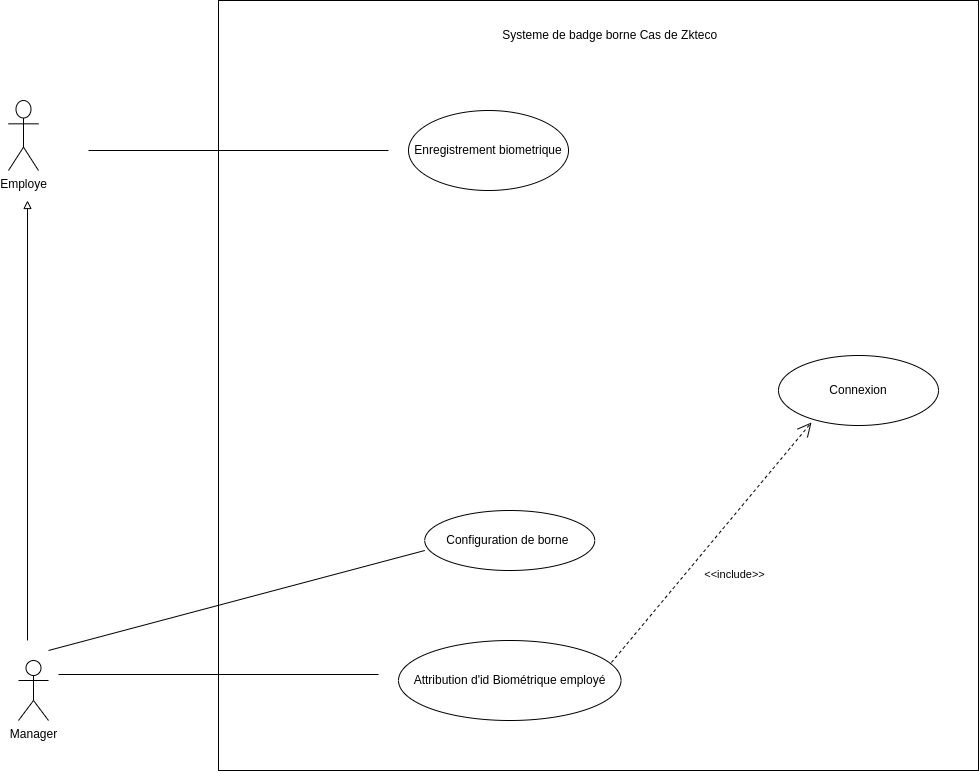
Before: static/UsecaseZkteco.drawio.png, a diagram exported from draw.io (Siluearsene/borne_biometrique). Source tidied: cells renumbered, new cells last; positions are measured from the earlier drawing's top-left corner, leaving out a move shared by most shapes.
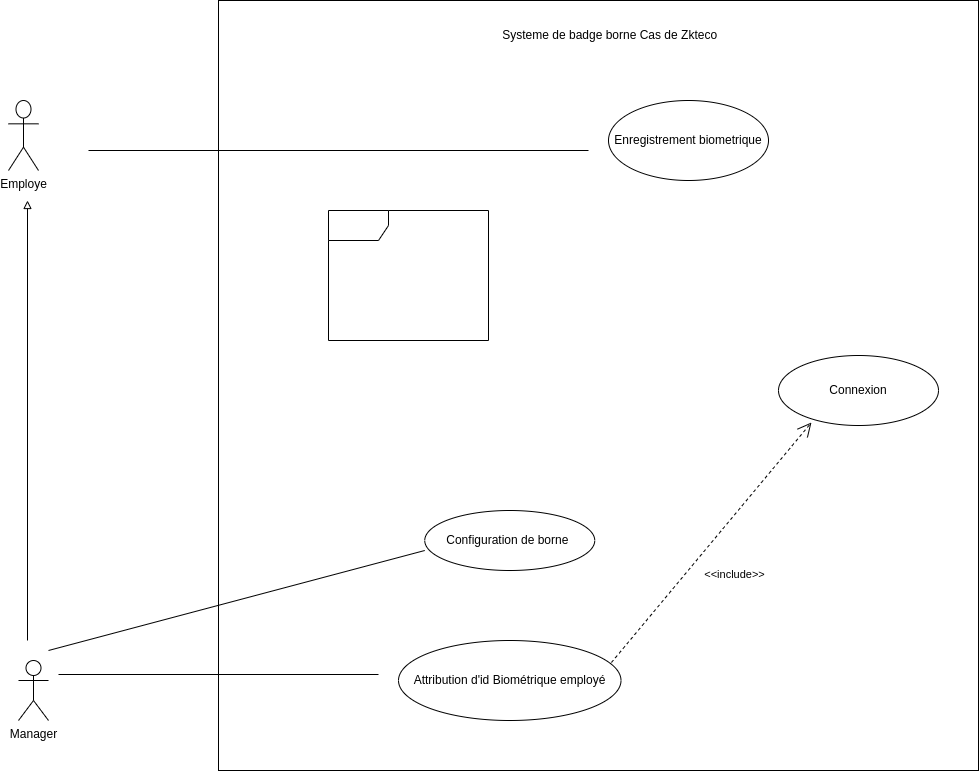
The same file after the commit.

Commit message:
Mettre à jour UsecaseZkteco.drawio.png

The edit, as a diff of the source:
```diff
@@ -27,7 +27,7 @@
       <mxGeometry x="390" y="640" width="222.5" height="80" as="geometry" />
     </mxCell>
     <mxCell id="9" value="Enregistrement biometrique" style="ellipse;whiteSpace=wrap;html=1;" parent="1" vertex="1">
-      <mxGeometry x="400" y="110" width="160" height="80" as="geometry" />
+      <mxGeometry x="600" y="100" width="160" height="80" as="geometry" />
     </mxCell>
     <mxCell id="10" value="Connexion" style="ellipse;whiteSpace=wrap;html=1;" parent="1" vertex="1">
       <mxGeometry x="770" y="355" width="160" height="70" as="geometry" />
@@ -50,7 +50,10 @@
       </mxGeometry>
     </mxCell>
     <mxCell id="15" style="line;strokeWidth=1;fillColor=none;align=left;verticalAlign=middle;spacingTop=-1;spacingLeft=3;spacingRight=3;labelPosition=right;strokeColor=inherit;" parent="1" vertex="1">
-      <mxGeometry x="80" y="146" width="300" height="8" as="geometry" />
+      <mxGeometry x="80" y="146" width="500" height="8" as="geometry" />
     </mxCell>
+    <mxCell id="16" style="shape=umlFrame;whiteSpace=wrap;html=1;" parent="1" vertex="1">
+      <mxGeometry x="320" y="210" width="160" height="130" as="geometry" />
+    </mxCell>
   </root>
 </mxGraphModel>
```
